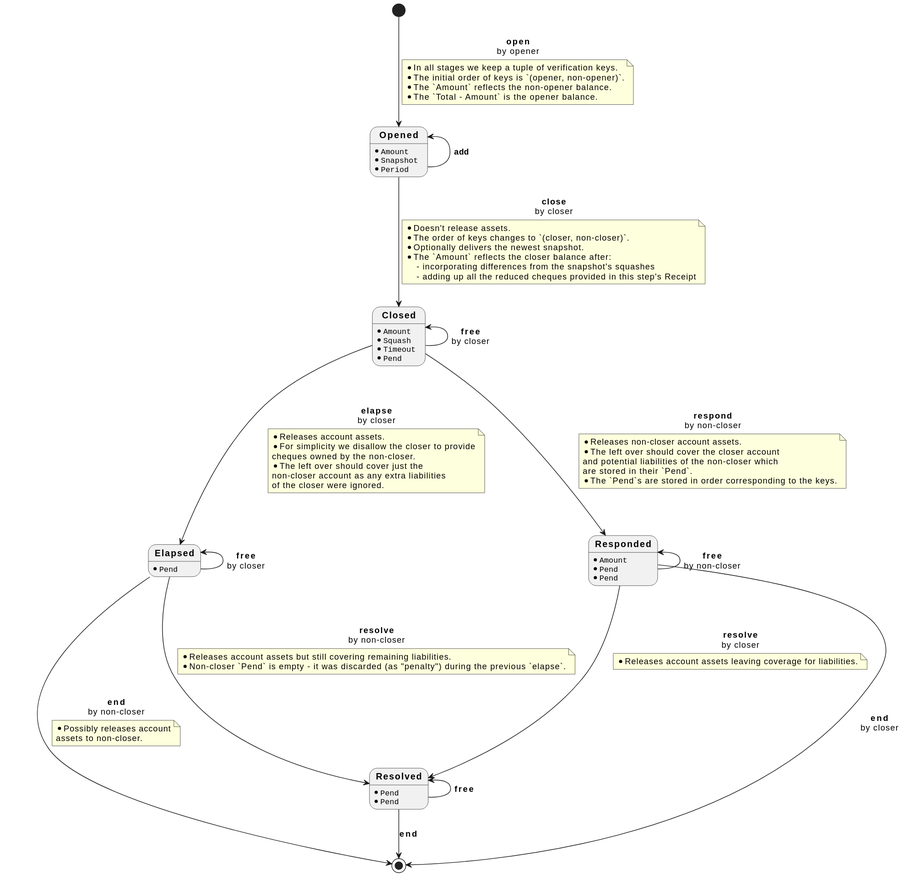
Before: docs/design/l1-spec/stages.svg, a diagram exported from PlantUML (cardano-lightning/cardano-lightning).
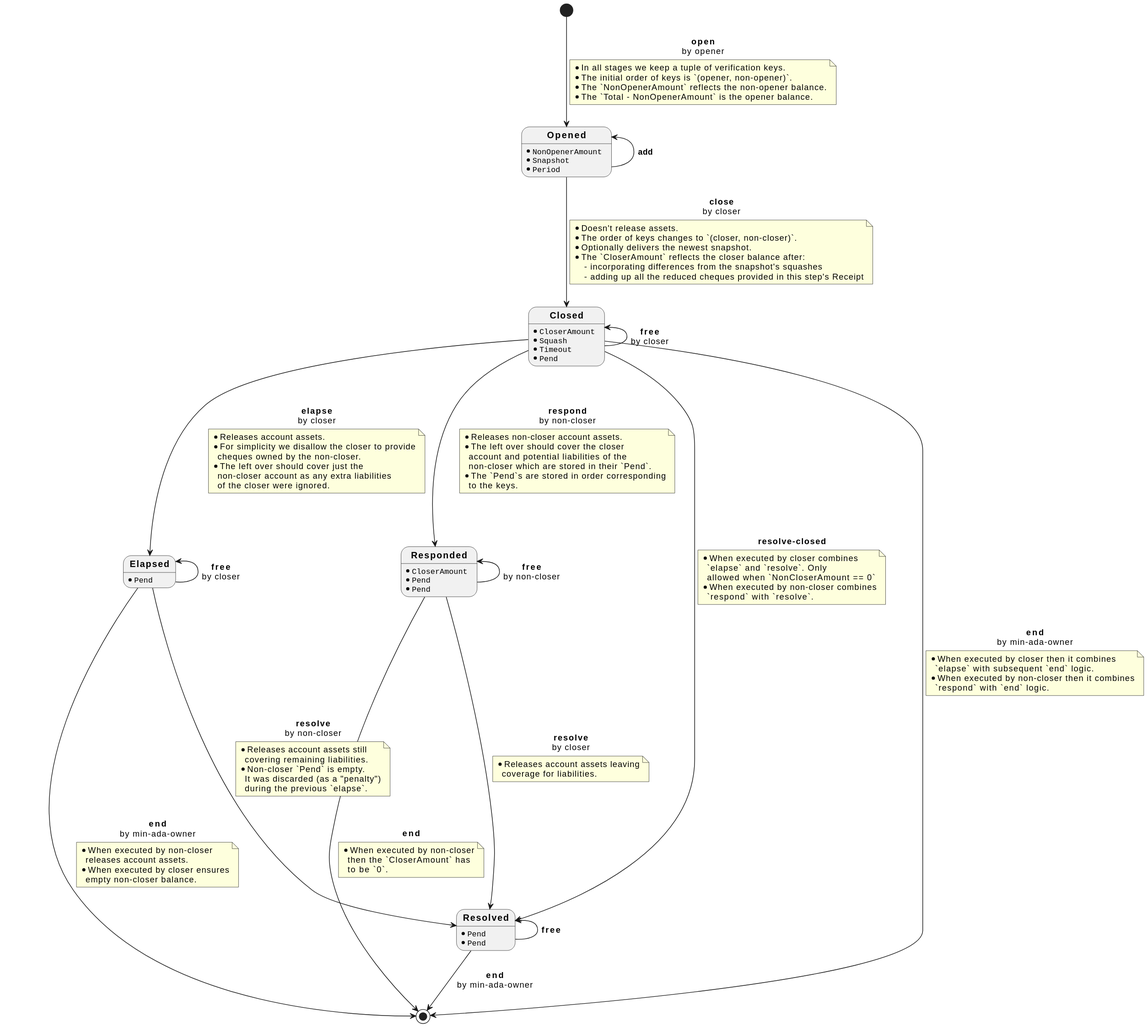
After the commit.

Commit message:
Add end step fuzzers for elapsed, resolved and responded stages.

What changed in the source:
```diff
@@ -1,17 +1,17 @@
 @startuml
 state "<b>Opened</b>" as Opened
-Opened: * ""Amount""
+Opened: * ""NonOpenerAmount""
 Opened: * ""Snapshot""
 Opened: * ""Period""
 
 state "<b>Closed</b>" as Closed
-Closed: * ""Amount""
+Closed: * ""CloserAmount""
 Closed: * ""Squash""
 Closed: * ""Timeout""
 Closed: * ""Pend""
 
 state "<b>Responded</b>" as Responded
-Responded: * ""Amount""
+Responded: * ""CloserAmount""
 Responded: * ""Pend""
 Responded: * ""Pend""
 
@@ -26,8 +26,8 @@
 note on link
   * In all stages we keep a tuple of verification keys.
   * The initial order of keys is `(opener, non-opener)`.
-  * The `Amount` reflects the non-opener balance.
-  * The `Total - Amount` is the opener balance.
+  * The `NonOpenerAmount` reflects the non-opener balance.
+  * The `Total - NonOpenerAmount` is the opener balance.
 end note
 Opened --u-> Opened : ""<b>add</b>""
 Opened --> Closed : <b>close</b>\nby closer
@@ -35,7 +35,7 @@
   * Doesn't release assets.
   * The order of keys changes to `(closer, non-closer)`.
   * Optionally delivers the newest snapshot.
-  * The `Amount` reflects the closer balance after:
+  * The `CloserAmount` reflects the closer balance after:
       - incorporating differences from the snapshot's squashes
       - adding up all the reduced cheques provided in this step's Receipt
 end note
@@ -43,41 +43,69 @@
 Closed --d-> Responded : <b>respond</b>\nby non-closer
 note on link
   * Releases non-closer account assets.
-  * The left over should cover the closer account
-  and potential liabilities of the non-closer which
-  are stored in their `Pend`.
-  * The `Pend`s are stored in order corresponding to the keys.
+  * The left over should cover the closer
+    account and potential liabilities of the
+    non-closer which are stored in their `Pend`.
+  * The `Pend`s are stored in order corresponding
+    to the keys.
 end note
-
-Closed --d-> Elapsed : <b>elapse</b>\nby closer
+Closed --> Elapsed : <b>elapse</b>\nby closer
 note on link
   * Releases account assets.
   * For simplicity we disallow the closer to provide
-  cheques owned by the non-closer.
+    cheques owned by the non-closer.
   * The left over should cover just the
-  non-closer account as any extra liabilities
-  of the closer were ignored.
+    non-closer account as any extra liabilities
+    of the closer were ignored.
+end note
+
+Closed --> Resolved: <b>resolve-closed</b>
+note on link
+  * When executed by closer combines
+    `elapse` and `resolve`. Only
+    allowed when `NonCloserAmount == 0`
+  * When executed by non-closer combines
+    `respond` with `resolve`.
 end note
 
 Responded --u-> Responded : <b>free</b>\nby non-closer
 Responded --d-> Resolved : <b>resolve</b>\nby closer
 note on link
-  * Releases account assets leaving coverage for liabilities.
+  * Releases account assets leaving
+    coverage for liabilities.
 end note
-Responded --> [*] : <b>end</b>\nby closer
+Responded --> [*] : <b>end</b>
+note on link
+  * When executed by non-closer
+    then the `CloserAmount` has
+    to be `0`.
+end note
 
 Elapsed --u-> Elapsed : <b>free</b>\nby closer
 Elapsed --d-> Resolved : <b>resolve</b>\nby non-closer
 note on link
-  * Releases account assets but still covering remaining liabilities.
-  * Non-closer `Pend` is empty - it was discarded (as "penalty") during the previous `elapse`.
+  * Releases account assets still
+    covering remaining liabilities.
+  * Non-closer `Pend` is empty.
+    It was discarded (as a "penalty")
+    during the previous `elapse`.
 end note
-Elapsed --d-> [*] : <b>end</b>\nby non-closer
+Elapsed --d-> [*] : <b>end</b>\nby min-ada-owner
 note on link
-  * Possibly releases account
-  assets to non-closer.
+  * When executed by non-closer
+    releases account assets.
+  * When executed by closer ensures
+    empty non-closer balance.
 end note
 
 Resolved --u-> Resolved : <b>free</b>
-Resolved --> [*] : <b>end</b>
+Resolved --> [*] : <b>end</b>\nby min-ada-owner
+
+Closed --> [*] : <b>end</b>\nby min-ada-owner
+note on link
+  * When executed by closer then it combines
+    `elapse` with subsequent `end` logic.
+  * When executed by non-closer then it combines
+    `respond` with `end` logic.
+end note
 @enduml
```
